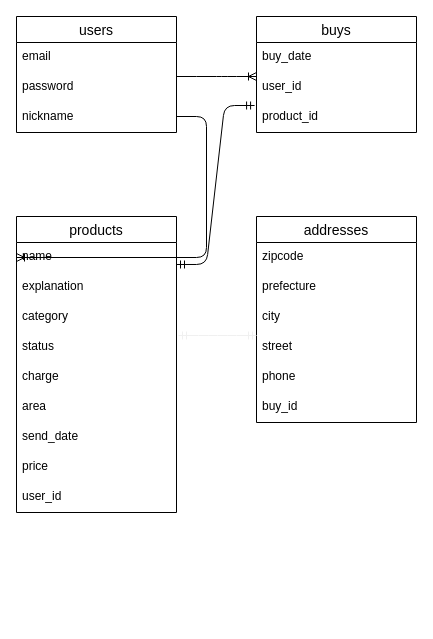
This is ER.drawio from TAKAi3y0/furima-32117, a draw.io file, before an edit. Source tidied: cells renumbered, new cells numbered last; positions are measured from the earlier drawing's top-left corner, leaving out a move shared by most shapes. Both pictures are drawn from the tidied source at 100%, with x=0, y=0 at pixel (16, 16).
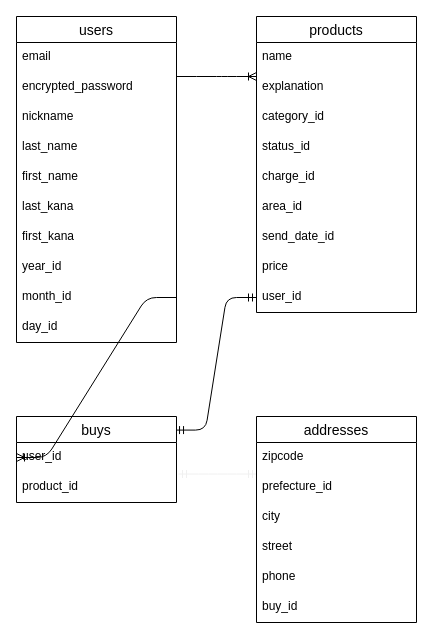
After the change.

Unchanged cells that the change refers to:
```xml
<mxCell id="18" value="name" style="text;strokeColor=none;fillColor=none;spacingLeft=4;spacingRight=4;overflow=hidden;points=[[0,0.5],[1,0.5]];portConstraint=eastwest;fontSize=12;" parent="17" vertex="1">
  <mxGeometry y="26" width="160" height="30" as="geometry" />
</mxCell>
<mxCell id="26" value="user_id" style="text;strokeColor=none;fillColor=none;spacingLeft=4;spacingRight=4;overflow=hidden;points=[[0,0.5],[1,0.5]];portConstraint=eastwest;fontSize=12;" parent="17" vertex="1">
  <mxGeometry y="266" width="160" height="30" as="geometry" />
</mxCell>
```

Diff of the diagram source:
```diff
@@
     <mxCell id="2" value="users" style="swimlane;fontStyle=0;horizontal=1;startSize=26;align=center;fontSize=14;" parent="1" vertex="1">
-      <mxGeometry width="160" height="116" as="geometry" />
+      <mxGeometry width="160" height="326" as="geometry" />
     </mxCell>
@@
-    <mxCell id="4" value="password" style="text;strokeColor=none;fillColor=none;spacingLeft=4;spacingRight=4;overflow=hidden;fontSize=12;" parent="2" vertex="1">
+    <mxCell id="4" value="encrypted_password" style="text;strokeColor=none;fillColor=none;spacingLeft=4;spacingRight=4;overflow=hidden;fontSize=12;" parent="2" vertex="1">
       <mxGeometry y="56" width="160" height="30" as="geometry" />
     </mxCell>
@@
-    <mxCell id="6" value="buys" style="swimlane;fontStyle=0;horizontal=1;startSize=26;align=center;fontSize=14;" parent="1" vertex="1">
-      <mxGeometry x="240" width="160" height="116" as="geometry" />
-    </mxCell>
-    <mxCell id="7" value="buy_date" style="text;strokeColor=none;fillColor=none;spacingLeft=4;spacingRight=4;overflow=hidden;fontSize=12;" parent="6" vertex="1">
-      <mxGeometry y="26" width="160" height="30" as="geometry" />
-    </mxCell>
-    <mxCell id="8" value="user_id" style="text;strokeColor=none;fillColor=none;spacingLeft=4;spacingRight=4;overflow=hidden;points=[[0,0.5],[1,0.5]];portConstraint=eastwest;fontSize=12;" parent="6" vertex="1">
-      <mxGeometry y="56" width="160" height="30" as="geometry" />
-    </mxCell>
-    <mxCell id="9" value="product_id" style="text;strokeColor=none;fillColor=none;spacingLeft=4;spacingRight=4;overflow=hidden;points=[[0,0.5],[1,0.5]];portConstraint=eastwest;fontSize=12;" parent="6" vertex="1">
-      <mxGeometry y="86" width="160" height="30" as="geometry" />
-    </mxCell>
+    <mxCell id="31" value="last_name" style="text;strokeColor=none;fillColor=none;spacingLeft=4;spacingRight=4;overflow=hidden;fontSize=12;" parent="2" vertex="1">
+      <mxGeometry y="116" width="160" height="30" as="geometry" />
+    </mxCell>
+    <mxCell id="32" value="first_name" style="text;strokeColor=none;fillColor=none;spacingLeft=4;spacingRight=4;overflow=hidden;fontSize=12;" parent="2" vertex="1">
+      <mxGeometry y="146" width="160" height="30" as="geometry" />
+    </mxCell>
+    <mxCell id="33" value="last_kana" style="text;strokeColor=none;fillColor=none;spacingLeft=4;spacingRight=4;overflow=hidden;fontSize=12;" parent="2" vertex="1">
+      <mxGeometry y="176" width="160" height="30" as="geometry" />
+    </mxCell>
+    <mxCell id="34" value="first_kana" style="text;strokeColor=none;fillColor=none;spacingLeft=4;spacingRight=4;overflow=hidden;fontSize=12;" parent="2" vertex="1">
+      <mxGeometry y="206" width="160" height="30" as="geometry" />
+    </mxCell>
+    <mxCell id="35" value="year_id" style="text;strokeColor=none;fillColor=none;spacingLeft=4;spacingRight=4;overflow=hidden;fontSize=12;" parent="2" vertex="1">
+      <mxGeometry y="236" width="160" height="30" as="geometry" />
+    </mxCell>
+    <mxCell id="36" value="month_id" style="text;strokeColor=none;fillColor=none;spacingLeft=4;spacingRight=4;overflow=hidden;points=[[0,0.5],[1,0.5]];portConstraint=eastwest;fontSize=12;" parent="2" vertex="1">
+      <mxGeometry y="266" width="160" height="30" as="geometry" />
+    </mxCell>
+    <mxCell id="37" value="day_id" style="text;strokeColor=none;fillColor=none;spacingLeft=4;spacingRight=4;overflow=hidden;fontSize=12;" parent="2" vertex="1">
+      <mxGeometry y="296" width="160" height="30" as="geometry" />
+    </mxCell>
+    <mxCell id="27" style="edgeStyle=entityRelationEdgeStyle;fontSize=12;html=1;endArrow=ERoneToMany;" parent="1" edge="1">
+      <mxGeometry relative="1" as="geometry">
+        <mxPoint x="160" y="60" as="sourcePoint" />
+        <mxPoint x="240" y="60" as="targetPoint" />
+      </mxGeometry>
+    </mxCell>
+    <mxCell id="28" style="edgeStyle=entityRelationEdgeStyle;fontSize=12;html=1;endArrow=ERmandOne;startArrow=ERmandOne;exitX=0.994;exitY=0.158;exitDx=0;exitDy=0;exitPerimeter=0;entryX=0;entryY=0.5;entryDx=0;entryDy=0;" parent="1" edge="1" source="6" target="26">
+      <mxGeometry relative="1" as="geometry" />
+    </mxCell>
+    <mxCell id="30" style="edgeStyle=entityRelationEdgeStyle;fontSize=12;html=1;endArrow=ERmandOne;startArrow=ERmandOne;strokeColor=#f0f0f0;" parent="1" edge="1">
+      <mxGeometry relative="1" as="geometry">
+        <mxPoint x="162" y="457.5" as="sourcePoint" />
+        <mxPoint x="240" y="457.5" as="targetPoint" />
+      </mxGeometry>
+    </mxCell>
     <mxCell id="10" value="addresses" style="swimlane;fontStyle=0;horizontal=1;startSize=26;align=center;fontSize=14;" parent="1" vertex="1">
-      <mxGeometry x="240" y="200" width="160" height="206" as="geometry" />
+      <mxGeometry x="240" y="400" width="160" height="206" as="geometry" />
     </mxCell>
@@
-    <mxCell id="12" value="prefecture" style="text;strokeColor=none;fillColor=none;spacingLeft=4;spacingRight=4;overflow=hidden;fontSize=12;" parent="10" vertex="1">
+    <mxCell id="12" value="prefecture_id" style="text;strokeColor=none;fillColor=none;spacingLeft=4;spacingRight=4;overflow=hidden;fontSize=12;" parent="10" vertex="1">
       <mxGeometry y="56" width="160" height="30" as="geometry" />
     </mxCell>
@@
+    <mxCell id="6" value="buys" style="swimlane;fontStyle=0;horizontal=1;startSize=26;align=center;fontSize=14;" parent="1" vertex="1">
+      <mxGeometry y="400" width="160" height="86" as="geometry" />
+    </mxCell>
+    <mxCell id="8" value="user_id" style="text;strokeColor=none;fillColor=none;spacingLeft=4;spacingRight=4;overflow=hidden;points=[[0,0.5],[1,0.5]];portConstraint=eastwest;fontSize=12;" parent="6" vertex="1">
+      <mxGeometry y="26" width="160" height="30" as="geometry" />
+    </mxCell>
+    <mxCell id="9" value="product_id" style="text;strokeColor=none;fillColor=none;spacingLeft=4;spacingRight=4;overflow=hidden;points=[[0,0.5],[1,0.5]];portConstraint=eastwest;fontSize=12;" parent="6" vertex="1">
+      <mxGeometry y="56" width="160" height="30" as="geometry" />
+    </mxCell>
     <mxCell id="17" value="products" style="swimlane;fontStyle=0;horizontal=1;startSize=26;align=center;fontSize=14;" parent="1" vertex="1">
-      <mxGeometry y="200" width="160" height="296" as="geometry" />
+      <mxGeometry x="240" width="160" height="296" as="geometry" />
     </mxCell>
@@
-    <mxCell id="20" value="category" style="text;strokeColor=none;fillColor=none;spacingLeft=4;spacingRight=4;overflow=hidden;fontSize=12;" parent="17" vertex="1">
+    <mxCell id="20" value="category_id" style="text;strokeColor=none;fillColor=none;spacingLeft=4;spacingRight=4;overflow=hidden;fontSize=12;" parent="17" vertex="1">
       <mxGeometry y="86" width="160" height="30" as="geometry" />
     </mxCell>
-    <mxCell id="21" value="status" style="text;strokeColor=none;fillColor=none;spacingLeft=4;spacingRight=4;overflow=hidden;fontSize=12;" parent="17" vertex="1">
+    <mxCell id="21" value="status_id" style="text;strokeColor=none;fillColor=none;spacingLeft=4;spacingRight=4;overflow=hidden;fontSize=12;" parent="17" vertex="1">
       <mxGeometry y="116" width="160" height="30" as="geometry" />
     </mxCell>
-    <mxCell id="22" value="charge" style="text;strokeColor=none;fillColor=none;spacingLeft=4;spacingRight=4;overflow=hidden;fontSize=12;" parent="17" vertex="1">
+    <mxCell id="22" value="charge_id" style="text;strokeColor=none;fillColor=none;spacingLeft=4;spacingRight=4;overflow=hidden;fontSize=12;" parent="17" vertex="1">
       <mxGeometry y="146" width="160" height="30" as="geometry" />
     </mxCell>
-    <mxCell id="23" value="area" style="text;strokeColor=none;fillColor=none;spacingLeft=4;spacingRight=4;overflow=hidden;fontSize=12;" parent="17" vertex="1">
+    <mxCell id="23" value="area_id" style="text;strokeColor=none;fillColor=none;spacingLeft=4;spacingRight=4;overflow=hidden;fontSize=12;" parent="17" vertex="1">
       <mxGeometry y="176" width="160" height="30" as="geometry" />
     </mxCell>
-    <mxCell id="24" value="send_date" style="text;strokeColor=none;fillColor=none;spacingLeft=4;spacingRight=4;overflow=hidden;fontSize=12;" parent="17" vertex="1">
+    <mxCell id="24" value="send_date_id" style="text;strokeColor=none;fillColor=none;spacingLeft=4;spacingRight=4;overflow=hidden;fontSize=12;" parent="17" vertex="1">
       <mxGeometry y="206" width="160" height="30" as="geometry" />
     </mxCell>
@@
-    <mxCell id="27" style="edgeStyle=entityRelationEdgeStyle;fontSize=12;html=1;endArrow=ERoneToMany;" parent="1" edge="1">
-      <mxGeometry relative="1" as="geometry">
-        <mxPoint x="160" y="60" as="sourcePoint" />
-        <mxPoint x="240" y="60" as="targetPoint" />
-      </mxGeometry>
-    </mxCell>
-    <mxCell id="28" style="edgeStyle=entityRelationEdgeStyle;fontSize=12;html=1;endArrow=ERmandOne;startArrow=ERmandOne;exitX=1;exitY=0.733;exitDx=0;exitDy=0;exitPerimeter=0;entryX=-0.012;entryY=0.1;entryDx=0;entryDy=0;entryPerimeter=0;" parent="1" edge="1" source="18" target="9">
-      <mxGeometry relative="1" as="geometry" />
-    </mxCell>
-    <mxCell id="29" style="edgeStyle=entityRelationEdgeStyle;fontSize=12;html=1;endArrow=ERoneToMany;rounded=1;entryX=0;entryY=0.5;entryDx=0;entryDy=0;" parent="1" edge="1" target="18">
-      <mxGeometry relative="1" as="geometry">
-        <mxPoint x="160" y="100" as="sourcePoint" />
-      </mxGeometry>
-    </mxCell>
-    <mxCell id="30" style="edgeStyle=entityRelationEdgeStyle;fontSize=12;html=1;endArrow=ERmandOne;startArrow=ERmandOne;strokeColor=#f0f0f0;" parent="1" edge="1">
-      <mxGeometry relative="1" as="geometry">
-        <mxPoint x="162" y="319" as="sourcePoint" />
-        <mxPoint x="240" y="319" as="targetPoint" />
-      </mxGeometry>
-    </mxCell>
+    <mxCell id="38" style="edgeStyle=entityRelationEdgeStyle;fontSize=12;html=1;endArrow=ERoneToMany;exitX=1;exitY=0.5;exitDx=0;exitDy=0;entryX=0;entryY=0.5;entryDx=0;entryDy=0;" parent="1" edge="1" source="36" target="8">
+      <mxGeometry relative="1" as="geometry" />
+    </mxCell>
```
